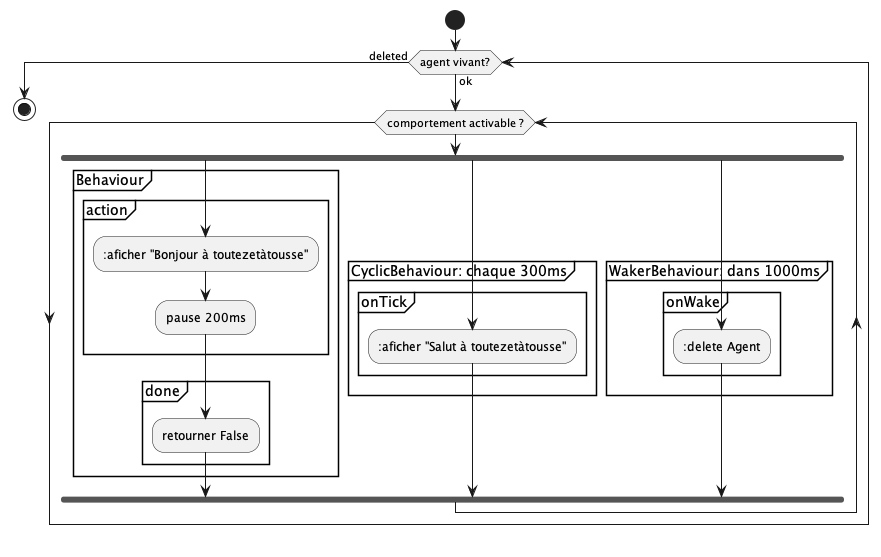
EmmanuelADAM/jade keeps this PlantUML diagram as testComportement/helloSalut.png. Above is the earlier version.
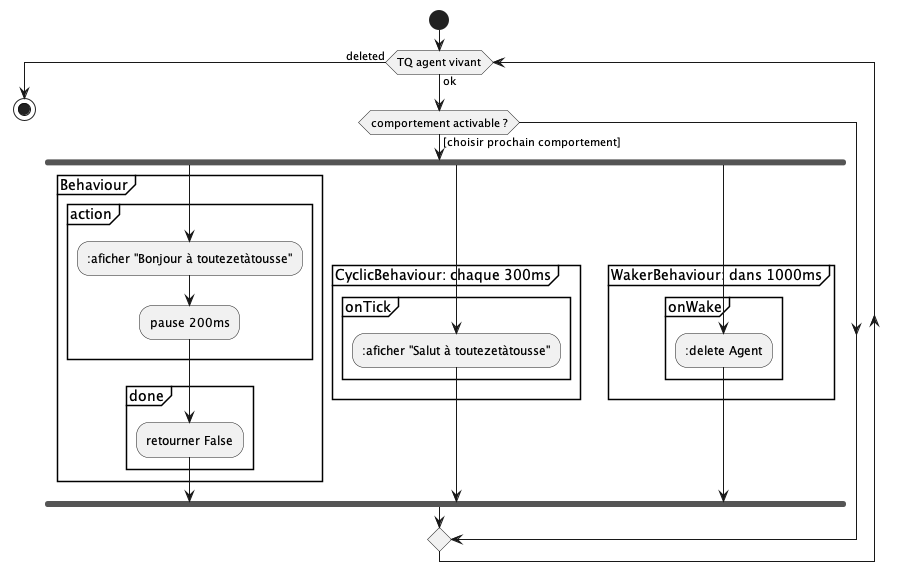
The same file after the commit.

Diff of the diagram source:
```diff
@@ -1,8 +1,8 @@
 @startuml helloSalut
 
 start
-while (agent vivant?) is (ok)
-  while (comportement activable ?)
+while (TQ agent vivant) is (ok)
+if (comportement activable ?) then ([choisir prochain comportement])
     fork
     partition "Behaviour" {
       partition "action" {
@@ -26,8 +26,8 @@
       }
     }
     end fork
-  endwhile
-endwhile (deleted)
+ endif
+  endwhile (deleted)
 stop
 
 @enduml
```
